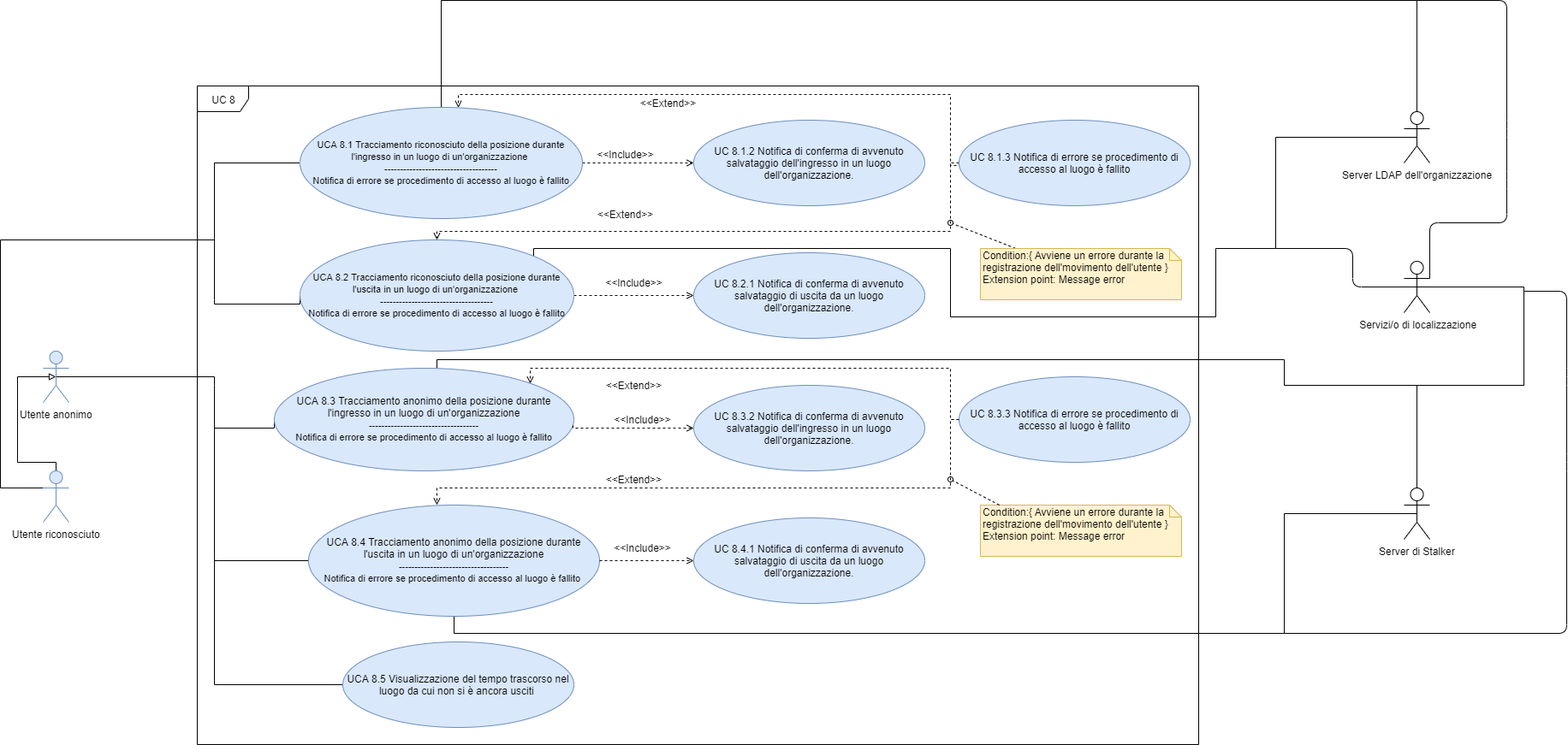
Earlier version of the draw.io export DocumentazioneEsterna/AnalisiRequisiti/sezioni/UseCase/Immagini/UCA8.png (qb-team/Stalker-Documentazione). Source tidied: cells renumbered, new cells last; positions are measured from the earlier drawing's top-left corner, leaving out a move shared by most shapes.
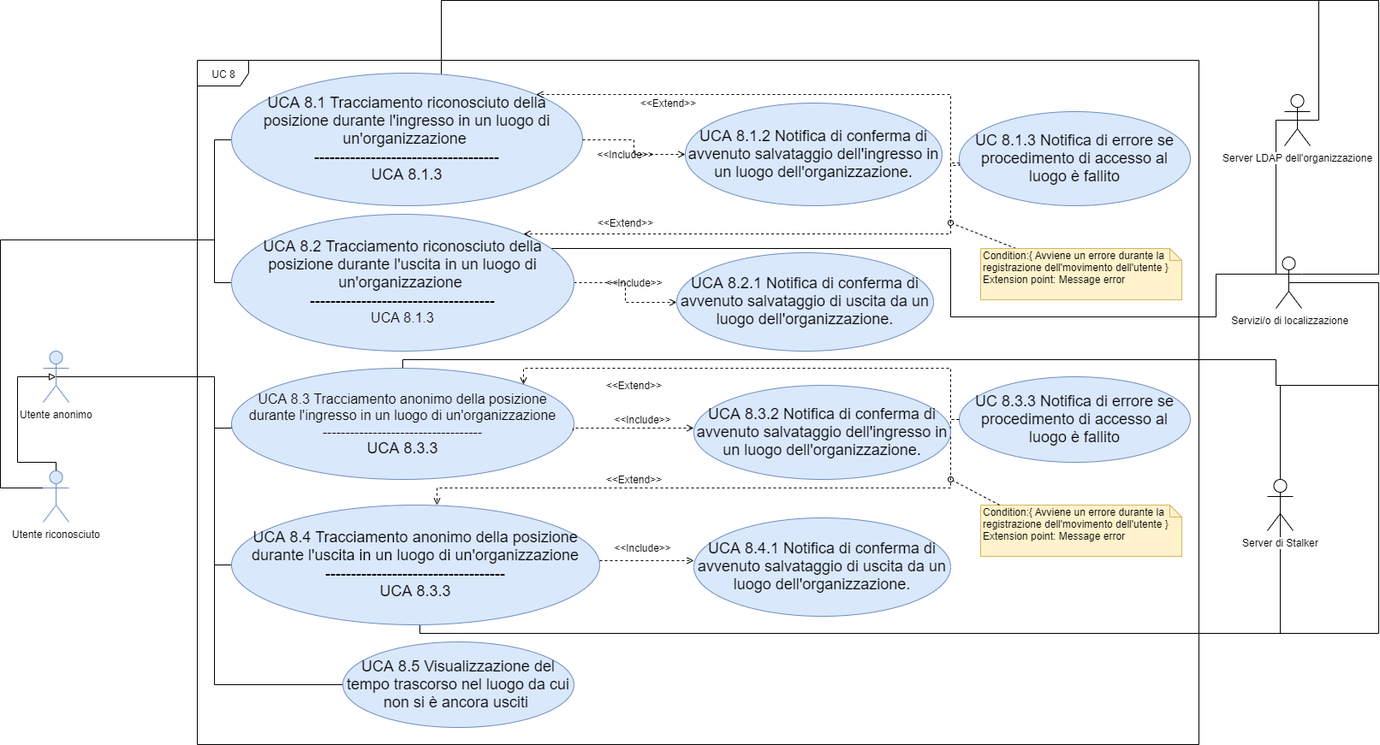
Above is the later version.

The edit, as a diff of the source:
```diff
@@ -5,3 +5,3 @@
     <mxCell id="2" value="UC 8" style="shape=umlFrame;whiteSpace=wrap;html=1;" parent="1" vertex="1">
-      <mxGeometry x="230" y="100" width="1170" height="770" as="geometry" />
+      <mxGeometry x="230" y="70" width="1170" height="800" as="geometry" />
     </mxCell>
@@ -42,3 +42,3 @@
       <mxGeometry relative="1" as="geometry">
-        <mxPoint x="250" y="350" as="targetPoint" />
+        <mxPoint x="250" y="330" as="targetPoint" />
       </mxGeometry>
@@ -49,3 +49,4 @@
           <mxPoint x="515" />
-          <mxPoint x="1655" />
+          <mxPoint x="1540" />
+          <mxPoint x="1540" y="140" />
         </Array>
@@ -53,4 +54,4 @@
     </mxCell>
-    <mxCell id="10" value="&lt;font style=&quot;font-size: 11px&quot;&gt;UCA 8.1 Tracciamento riconosciuto della posizione durante l'ingresso in un luogo di un'organizzazione&amp;nbsp;&lt;br&gt;------------------------------------&lt;br&gt;Notifica di errore se procedimento di accesso al luogo è fallito&lt;/font&gt;" style="ellipse;whiteSpace=wrap;html=1;fillColor=#dae8fc;strokeColor=#6c8ebf;" parent="1" vertex="1">
-      <mxGeometry x="350" y="125" width="330" height="130" as="geometry" />
+    <mxCell id="10" value="&lt;font style=&quot;font-size: 18px&quot;&gt;&lt;font style=&quot;font-size: 18px ; line-height: 110%&quot;&gt;UCA 8.1 Tracciamento riconosciuto della posizione durante l'ingresso in un luogo di un'organizzazione&amp;nbsp;&lt;br&gt;------------------------------------&lt;br&gt;UCA 8.1.3&lt;/font&gt;&lt;br&gt;&lt;/font&gt;" style="ellipse;whiteSpace=wrap;html=1;fillColor=#dae8fc;strokeColor=#6c8ebf;" parent="1" vertex="1">
+      <mxGeometry x="270" y="85" width="410" height="155" as="geometry" />
     </mxCell>
@@ -64,5 +65,5 @@
       <mxGeometry relative="1" as="geometry">
-        <mxPoint x="250" y="350" as="targetPoint" />
+        <mxPoint x="250" y="330" as="targetPoint" />
         <Array as="points">
-          <mxPoint x="250" y="355" />
+          <mxPoint x="250" y="330" />
         </Array>
@@ -73,3 +74,3 @@
         <Array as="points">
-          <mxPoint x="623" y="290" />
+          <mxPoint x="611" y="290" />
           <mxPoint x="1110" y="290" />
@@ -77,5 +78,5 @@
           <mxPoint x="1420" y="370" />
-          <mxPoint x="1420" y="290" />
-          <mxPoint x="1490" y="290" />
-          <mxPoint x="1490" y="160" />
+          <mxPoint x="1420" y="320" />
+          <mxPoint x="1490" y="320" />
+          <mxPoint x="1490" y="140" />
         </Array>
@@ -83,4 +84,4 @@
     </mxCell>
-    <mxCell id="15" value="&lt;font style=&quot;font-size: 11px&quot;&gt;&lt;span style=&quot;white-space: normal&quot;&gt;UCA 8.2 Tracciamento riconosciuto della posizione durante l'uscita in un luogo di un'organizzazione&amp;nbsp;&lt;br&gt;&lt;/span&gt;------------------------------------&lt;br&gt;Notifica di errore se procedimento di accesso al luogo è fallito&lt;/font&gt;&lt;span style=&quot;white-space: normal&quot;&gt;&lt;br&gt;&lt;/span&gt;" style="ellipse;whiteSpace=wrap;html=1;fillColor=#dae8fc;strokeColor=#6c8ebf;" parent="1" vertex="1">
-      <mxGeometry x="350" y="280" width="320" height="130" as="geometry" />
+    <mxCell id="15" value="&lt;font style=&quot;font-size: 18px&quot;&gt;&lt;span style=&quot;white-space: normal&quot;&gt;UCA 8.2 Tracciamento riconosciuto della posizione durante l'uscita in un luogo di un'organizzazione&amp;nbsp;&lt;br&gt;&lt;/span&gt;------------------------------------&lt;br&gt;&lt;/font&gt;&lt;span style=&quot;white-space: normal&quot;&gt;&lt;font size=&quot;3&quot;&gt;UCA 8.1.3&lt;/font&gt;&lt;br&gt;&lt;/span&gt;" style="ellipse;whiteSpace=wrap;html=1;fillColor=#dae8fc;strokeColor=#6c8ebf;" parent="1" vertex="1">
+      <mxGeometry x="270" y="250" width="400" height="160" as="geometry" />
     </mxCell>
@@ -96,3 +97,3 @@
     </mxCell>
-    <mxCell id="17" style="edgeStyle=orthogonalEdgeStyle;rounded=0;jettySize=auto;html=1;entryX=0.5;entryY=0;entryDx=0;entryDy=0;dashed=1;endArrow=open;endFill=0;" parent="1" edge="1" source="18" target="15">
+    <mxCell id="17" style="edgeStyle=orthogonalEdgeStyle;rounded=0;jettySize=auto;html=1;entryX=1;entryY=0;entryDx=0;entryDy=0;dashed=1;endArrow=open;endFill=0;" parent="1" edge="1" source="18" target="15">
       <mxGeometry relative="1" as="geometry">
@@ -100,4 +101,3 @@
           <mxPoint x="1110" y="190" />
-          <mxPoint x="1110" y="270" />
-          <mxPoint x="510" y="270" />
+          <mxPoint x="1110" y="273" />
         </Array>
@@ -105,4 +105,4 @@
     </mxCell>
-    <mxCell id="18" value="UC 8.1.3&amp;nbsp;Notifica di errore se procedimento di accesso al luogo è fallito" style="ellipse;whiteSpace=wrap;html=1;fillColor=#dae8fc;strokeColor=#6c8ebf;" parent="1" vertex="1">
-      <mxGeometry x="1120" y="140" width="270" height="100" as="geometry" />
+    <mxCell id="18" value="&lt;font style=&quot;font-size: 18px&quot;&gt;UC 8.1.3&amp;nbsp;Notifica di errore se procedimento di accesso al luogo è fallito&lt;/font&gt;" style="ellipse;whiteSpace=wrap;html=1;fillColor=#dae8fc;strokeColor=#6c8ebf;" parent="1" vertex="1">
+      <mxGeometry x="1120" y="130" width="270" height="110" as="geometry" />
     </mxCell>
@@ -111,4 +111,4 @@
     </mxCell>
-    <mxCell id="20" value="UC 8.1.2 Notifica di conferma di avvenuto salvataggio dell'ingresso in un luogo dell'organizzazione." style="ellipse;whiteSpace=wrap;html=1;fillColor=#dae8fc;strokeColor=#6c8ebf;" parent="1" vertex="1">
-      <mxGeometry x="810" y="140" width="270" height="100" as="geometry" />
+    <mxCell id="20" value="&lt;font style=&quot;font-size: 18px&quot;&gt;UCA 8.1.2 Notifica di conferma di avvenuto salvataggio dell'ingresso in un luogo dell'organizzazione.&lt;/font&gt;" style="ellipse;whiteSpace=wrap;html=1;fillColor=#dae8fc;strokeColor=#6c8ebf;" parent="1" vertex="1">
+      <mxGeometry x="800" y="120" width="300" height="120" as="geometry" />
     </mxCell>
@@ -133,16 +133,14 @@
     </mxCell>
-    <mxCell id="25" style="edgeStyle=orthogonalEdgeStyle;rounded=0;jettySize=auto;html=1;exitX=0;exitY=0;exitDx=0;exitDy=0;endArrow=none;endFill=0;" parent="1" edge="1" source="26">
-      <mxGeometry relative="1" as="geometry">
-        <mxPoint x="1780" y="448" as="targetPoint" />
-        <Array as="points">
-          <mxPoint x="510" y="448" />
-          <mxPoint x="510" y="420" />
-          <mxPoint x="1500" y="420" />
-          <mxPoint x="1500" y="450" />
-          <mxPoint x="1780" y="450" />
-        </Array>
-      </mxGeometry>
-    </mxCell>
+    <mxCell id="56" style="edgeStyle=orthogonalEdgeStyle;rounded=0;jettySize=auto;html=1;exitX=0.5;exitY=0;exitDx=0;exitDy=0;endArrow=none;endFill=0;" parent="1" edge="1" source="26">
+      <mxGeometry relative="1" as="geometry">
+        <mxPoint x="1610" y="450" as="targetPoint" />
+        <Array as="points">
+          <mxPoint x="470" y="420" />
+          <mxPoint x="1490" y="420" />
+          <mxPoint x="1490" y="450" />
+        </Array>
+      </mxGeometry>
+    </mxCell>
-    <mxCell id="26" value="&lt;span style=&quot;white-space: normal&quot;&gt;UCA 8.3 Tracciamento anonimo della posizione durante l'ingresso in un luogo di un'organizzazione&lt;br&gt;&lt;/span&gt;&lt;span style=&quot;font-size: 11px&quot;&gt;-----------------------------------&lt;/span&gt;&lt;br style=&quot;font-size: 11px&quot;&gt;&lt;span style=&quot;font-size: 11px&quot;&gt;Notifica di errore se procedimento di accesso al luogo è fallito&lt;/span&gt;&lt;span style=&quot;white-space: normal&quot;&gt;&lt;br&gt;&lt;/span&gt;" style="ellipse;whiteSpace=wrap;html=1;fillColor=#dae8fc;strokeColor=#6c8ebf;" parent="1" vertex="1">
-      <mxGeometry x="320" y="430" width="350" height="120" as="geometry" />
+    <mxCell id="26" value="&lt;font style=&quot;font-size: 16px&quot;&gt;&lt;span style=&quot;white-space: normal&quot;&gt;UCA 8.3 Tracciamento anonimo della posizione durante l'ingresso in un luogo di un'organizzazione&lt;br&gt;&lt;/span&gt;-----------------------------------&lt;br&gt;&lt;/font&gt;&lt;span style=&quot;white-space: normal ; font-size: 18px&quot;&gt;&lt;font style=&quot;font-size: 18px&quot;&gt;UCA 8.3.3&lt;/font&gt;&lt;br&gt;&lt;/span&gt;" style="ellipse;whiteSpace=wrap;html=1;fillColor=#dae8fc;strokeColor=#6c8ebf;" parent="1" vertex="1">
+      <mxGeometry x="270" y="430" width="400" height="130" as="geometry" />
     </mxCell>
@@ -156,5 +154,5 @@
         <Array as="points">
-          <mxPoint x="530" y="740" />
-          <mxPoint x="1500" y="740" />
-          <mxPoint x="1500" y="600" />
+          <mxPoint x="490" y="730" />
+          <mxPoint x="490" y="740" />
+          <mxPoint x="1495" y="740" />
         </Array>
@@ -162,4 +160,4 @@
     </mxCell>
-    <mxCell id="29" value="&lt;span style=&quot;white-space: normal&quot;&gt;UCA 8.4 Tracciamento anonimo della posizione durante l'uscita in un luogo di un'organizzazione&lt;br&gt;&lt;/span&gt;&lt;span style=&quot;font-size: 11px&quot;&gt;-----------------------------------&lt;/span&gt;&lt;br style=&quot;font-size: 11px&quot;&gt;&lt;span style=&quot;font-size: 11px&quot;&gt;Notifica di errore se procedimento di accesso al luogo è fallito&lt;/span&gt;&lt;span style=&quot;white-space: normal&quot;&gt;&amp;nbsp;&lt;/span&gt;" style="ellipse;whiteSpace=wrap;html=1;fillColor=#dae8fc;strokeColor=#6c8ebf;" parent="1" vertex="1">
-      <mxGeometry x="360" y="590" width="340" height="130" as="geometry" />
+    <mxCell id="29" value="&lt;font style=&quot;font-size: 18px&quot;&gt;&lt;span style=&quot;white-space: normal&quot;&gt;UCA 8.4 Tracciamento anonimo della posizione durante l'uscita in un luogo di un'organizzazione&lt;br&gt;&lt;/span&gt;-----------------------------------&lt;br&gt;UCA 8.3.3&lt;/font&gt;" style="ellipse;whiteSpace=wrap;html=1;fillColor=#dae8fc;strokeColor=#6c8ebf;" parent="1" vertex="1">
+      <mxGeometry x="270" y="590" width="430" height="140" as="geometry" />
     </mxCell>
@@ -170,10 +168,10 @@
     </mxCell>
-    <mxCell id="31" value="&lt;span style=&quot;white-space: normal&quot;&gt;UCA 8.5 Visualizzazione del tempo trascorso nel luogo da cui non si è ancora usciti&amp;nbsp;&lt;/span&gt;" style="ellipse;whiteSpace=wrap;html=1;fillColor=#dae8fc;strokeColor=#6c8ebf;" parent="1" vertex="1">
+    <mxCell id="31" value="&lt;span style=&quot;white-space: normal&quot;&gt;&lt;font style=&quot;font-size: 18px&quot;&gt;UCA 8.5 Visualizzazione del tempo trascorso nel luogo da cui non si è ancora usciti&amp;nbsp;&lt;/font&gt;&lt;/span&gt;" style="ellipse;whiteSpace=wrap;html=1;fillColor=#dae8fc;strokeColor=#6c8ebf;" parent="1" vertex="1">
       <mxGeometry x="400" y="750" width="270" height="100" as="geometry" />
     </mxCell>
-    <mxCell id="32" value="UC 8.2.1 Notifica di conferma di avvenuto salvataggio di uscita da un luogo dell'organizzazione." style="ellipse;whiteSpace=wrap;html=1;fillColor=#dae8fc;strokeColor=#6c8ebf;" parent="1" vertex="1">
-      <mxGeometry x="810" y="295" width="270" height="100" as="geometry" />
+    <mxCell id="32" value="&lt;font style=&quot;font-size: 18px&quot;&gt;UCA 8.2.1 Notifica di conferma di avvenuto salvataggio di uscita da un luogo dell'organizzazione.&lt;/font&gt;" style="ellipse;whiteSpace=wrap;html=1;fillColor=#dae8fc;strokeColor=#6c8ebf;" parent="1" vertex="1">
+      <mxGeometry x="790" y="295" width="300" height="115" as="geometry" />
     </mxCell>
     <mxCell id="33" value="&amp;lt;&amp;lt;Extend&amp;gt;&amp;gt;" style="text;html=1;strokeColor=none;fillColor=none;align=center;verticalAlign=middle;whiteSpace=wrap;rounded=0;direction=south;" parent="1" vertex="1">
-      <mxGeometry x="720" y="230" width="20" height="40" as="geometry" />
+      <mxGeometry x="720" y="240" width="20" height="40" as="geometry" />
     </mxCell>
@@ -182,4 +180,5 @@
     </mxCell>
-    <mxCell id="35" style="edgeStyle=orthogonalEdgeStyle;rounded=0;jettySize=auto;html=1;exitX=0;exitY=0.5;exitDx=0;exitDy=0;entryX=1;entryY=0;entryDx=0;entryDy=0;dashed=1;endArrow=open;endFill=0;" parent="1" edge="1" source="36" target="26">
+    <mxCell id="35" style="edgeStyle=orthogonalEdgeStyle;rounded=0;jettySize=auto;html=1;exitX=0;exitY=0.5;exitDx=0;exitDy=0;dashed=1;endArrow=open;endFill=0;" parent="1" edge="1" source="36">
       <mxGeometry relative="1" as="geometry">
+        <mxPoint x="611" y="449" as="targetPoint" />
         <Array as="points">
@@ -187,3 +186,3 @@
           <mxPoint x="1110" y="430" />
-          <mxPoint x="619" y="430" />
+          <mxPoint x="611" y="430" />
         </Array>
@@ -191,3 +190,3 @@
     </mxCell>
-    <mxCell id="36" value="UC 8.3.3&amp;nbsp;Notifica di errore se procedimento di accesso al luogo è fallito" style="ellipse;whiteSpace=wrap;html=1;fillColor=#dae8fc;strokeColor=#6c8ebf;" parent="1" vertex="1">
+    <mxCell id="36" value="&lt;font style=&quot;font-size: 18px&quot;&gt;UC 8.3.3&amp;nbsp;Notifica di errore se procedimento di accesso al luogo è fallito&lt;/font&gt;" style="ellipse;whiteSpace=wrap;html=1;fillColor=#dae8fc;strokeColor=#6c8ebf;" parent="1" vertex="1">
       <mxGeometry x="1120" y="440" width="270" height="100" as="geometry" />
@@ -214,7 +213,7 @@
     </mxCell>
-    <mxCell id="40" value="UC 8.3.2 Notifica di conferma di avvenuto salvataggio dell'ingresso in un luogo dell'organizzazione." style="ellipse;whiteSpace=wrap;html=1;fillColor=#dae8fc;strokeColor=#6c8ebf;" parent="1" vertex="1">
-      <mxGeometry x="810" y="450" width="270" height="100" as="geometry" />
+    <mxCell id="40" value="&lt;font style=&quot;font-size: 18px&quot;&gt;UCA 8.3.2 Notifica di conferma di avvenuto salvataggio dell'ingresso in un luogo dell'organizzazione.&lt;/font&gt;" style="ellipse;whiteSpace=wrap;html=1;fillColor=#dae8fc;strokeColor=#6c8ebf;" parent="1" vertex="1">
+      <mxGeometry x="810" y="450" width="300" height="110" as="geometry" />
     </mxCell>
-    <mxCell id="41" value="UC 8.4.1 Notifica di conferma di avvenuto salvataggio di uscita da un luogo dell'organizzazione." style="ellipse;whiteSpace=wrap;html=1;fillColor=#dae8fc;strokeColor=#6c8ebf;" parent="1" vertex="1">
-      <mxGeometry x="810" y="605" width="270" height="100" as="geometry" />
+    <mxCell id="41" value="&lt;font style=&quot;font-size: 18px&quot;&gt;UCA 8.4.1 Notifica di conferma di avvenuto salvataggio di uscita da un luogo dell'organizzazione.&lt;/font&gt;" style="ellipse;whiteSpace=wrap;html=1;fillColor=#dae8fc;strokeColor=#6c8ebf;" parent="1" vertex="1">
+      <mxGeometry x="810" y="605" width="300" height="115" as="geometry" />
     </mxCell>
@@ -252,52 +251,38 @@
       <mxGeometry relative="1" as="geometry">
-        <mxPoint x="1780" y="450" as="targetPoint" />
+        <mxPoint x="1610" y="740" as="targetPoint" />
+        <Array as="points">
+          <mxPoint x="1610" y="330" />
+          <mxPoint x="1610" y="740" />
+        </Array>
       </mxGeometry>
     </mxCell>
+    <mxCell id="57" style="edgeStyle=orthogonalEdgeStyle;rounded=0;jettySize=auto;html=1;exitX=1;exitY=0.3333333333333333;exitDx=0;exitDy=0;exitPerimeter=0;endArrow=none;endFill=0;" parent="1" edge="1" source="49">
+      <mxGeometry relative="1" as="geometry">
+        <mxPoint x="1540" as="targetPoint" />
+        <Array as="points">
+          <mxPoint x="1610" y="320" />
+          <mxPoint x="1610" />
+        </Array>
+      </mxGeometry>
+    </mxCell>
     <mxCell id="49" value="&amp;nbsp;Servizi/o di localizzazione" style="shape=umlActor;verticalLabelPosition=bottom;labelBackgroundColor=#ffffff;verticalAlign=top;html=1;outlineConnect=0;" parent="1" vertex="1">
-      <mxGeometry x="1640" y="305" width="30" height="60" as="geometry" />
+      <mxGeometry x="1490" y="300" width="30" height="60" as="geometry" />
     </mxCell>
     <mxCell id="50" value="Server LDAP dell'organizzazione" style="shape=umlActor;verticalLabelPosition=bottom;labelBackgroundColor=#ffffff;verticalAlign=top;html=1;outlineConnect=0;" parent="1" vertex="1">
-      <mxGeometry x="1640" y="130" width="30" height="60" as="geometry" />
+      <mxGeometry x="1500" y="110" width="30" height="60" as="geometry" />
     </mxCell>
     <mxCell id="51" value="Server di Stalker" style="shape=umlActor;verticalLabelPosition=bottom;labelBackgroundColor=#ffffff;verticalAlign=top;html=1;outlineConnect=0;" parent="1" vertex="1">
-      <mxGeometry x="1640" y="570" width="30" height="60" as="geometry" />
+      <mxGeometry x="1480" y="560" width="30" height="60" as="geometry" />
     </mxCell>
-    <mxCell id="52" style="endArrow=none;html=1;entryX=1;entryY=0.3333333333333333;entryDx=0;entryDy=0;entryPerimeter=0;" parent="1" edge="1" target="49">
-      <mxGeometry relative="1" as="geometry">
-        <mxPoint x="1655" as="sourcePoint" />
-        <Array as="points">
-          <mxPoint x="1760" />
-          <mxPoint x="1760" y="150" />
-          <mxPoint x="1760" y="210" />
-          <mxPoint x="1760" y="260" />
-          <mxPoint x="1670" y="260" />
-        </Array>
-      </mxGeometry>
-    </mxCell>
-    <mxCell id="53" style="endArrow=none;html=1;entryX=0.5;entryY=0.5;entryDx=0;entryDy=0;entryPerimeter=0;" parent="1" edge="1" target="49">
-      <mxGeometry relative="1" as="geometry">
-        <mxPoint x="1490" y="290" as="sourcePoint" />
-        <Array as="points">
-          <mxPoint x="1580" y="290" />
-          <mxPoint x="1580" y="335" />
-        </Array>
-      </mxGeometry>
-    </mxCell>
     <mxCell id="54" style="endArrow=none;html=1;exitX=0.5;exitY=0;exitDx=0;exitDy=0;exitPerimeter=0;" parent="1" edge="1" source="51">
       <mxGeometry relative="1" as="geometry">
-        <mxPoint x="1655" y="450" as="targetPoint" />
+        <mxPoint x="1495" y="450" as="targetPoint" />
       </mxGeometry>
     </mxCell>
-    <mxCell id="55" style="endArrow=none;html=1;" parent="1" edge="1">
-      <mxGeometry relative="1" as="geometry">
-        <mxPoint x="1500" y="740" as="sourcePoint" />
-        <mxPoint x="1780" y="340" as="targetPoint" />
-        <Array as="points">
-          <mxPoint x="1830" y="740" />
-          <mxPoint x="1830" y="540" />
-          <mxPoint x="1830" y="440" />
-          <mxPoint x="1830" y="340" />
-        </Array>
-      </mxGeometry>
-    </mxCell>
+    <mxCell id="58" style="endArrow=none;html=1;" parent="1" edge="1">
+      <mxGeometry relative="1" as="geometry">
+        <mxPoint x="1490" y="740" as="sourcePoint" />
+        <mxPoint x="1610" y="740" as="targetPoint" />
+      </mxGeometry>
+    </mxCell>
   </root>
```
